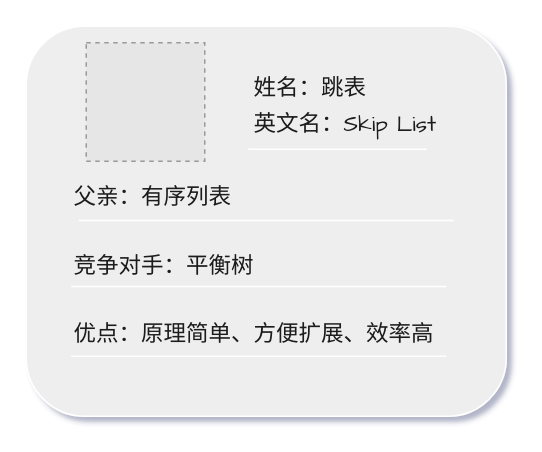
Jstarfish/picBed keeps this draw.io diagram as page "resume" (6 of 6) of draw.io/skiplist.drawio. Above is the earlier version. Source tidied: cells renumbered, new cells numbered last; positions are measured from the earlier drawing's top-left corner, leaving out a move shared by most shapes. Both pictures are drawn from the tidied source at 150%, with x=0, y=0 at pixel (26, 26). Pictures stored in the file or linked from it are replaced by grey dashed boxes.
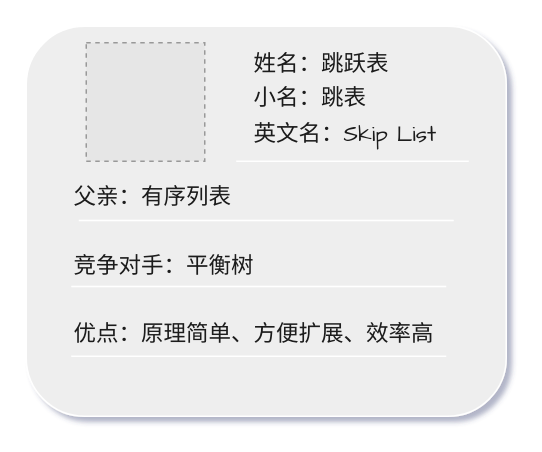
The same page after the edit.

The edit, as a diff of the source:
```diff
@@
 <mxGraphModel background="#FFFFFF" shadow="1">
   <root>
     <mxCell id="0" />
     <mxCell id="1" parent="0" />
     <mxCell id="2" style="whiteSpace=wrap;html=1;fillColor=#EEEEEE;strokeColor=#FFFFFF;fontColor=#1A1A1A;rounded=1;" parent="1" vertex="1">
       <mxGeometry width="320" height="260" as="geometry" />
     </mxCell>
-    <mxCell id="3" value="&lt;div style=&quot;font-size: 15px&quot;&gt;&lt;sup&gt;&lt;font style=&quot;font-size: 15px&quot; face=&quot;Comic Sans MS&quot;&gt;姓名：跳表&lt;/font&gt;&lt;/sup&gt;&lt;/div&gt;&lt;sup style=&quot;font-size: 15px&quot;&gt;&lt;font style=&quot;font-size: 15px&quot; face=&quot;Comic Sans MS&quot;&gt;英文名：Skip List&lt;/font&gt;&lt;/sup&gt;" style="text;html=1;strokeColor=none;fillColor=none;align=left;verticalAlign=middle;whiteSpace=wrap;fontColor=#1A1A1A;rounded=1;" parent="1" vertex="1">
-      <mxGeometry x="150" y="20" width="170" height="70" as="geometry" />
+    <mxCell id="3" value="&lt;div style=&quot;font-size: 15px&quot;&gt;&lt;sup&gt;&lt;font style=&quot;font-size: 15px&quot; face=&quot;Comic Sans MS&quot;&gt;姓名：跳跃表&lt;/font&gt;&lt;/sup&gt;&lt;/div&gt;&lt;div style=&quot;font-size: 15px&quot;&gt;&lt;sup&gt;&lt;font style=&quot;font-size: 15px&quot; face=&quot;Comic Sans MS&quot;&gt;小名：跳表&lt;/font&gt;&lt;/sup&gt;&lt;/div&gt;&lt;sup style=&quot;font-size: 15px&quot;&gt;&lt;font style=&quot;font-size: 15px&quot; face=&quot;Comic Sans MS&quot;&gt;英文名：Skip List&lt;/font&gt;&lt;/sup&gt;" style="text;html=1;strokeColor=none;fillColor=none;align=left;verticalAlign=middle;whiteSpace=wrap;fontColor=#1A1A1A;rounded=1;" parent="1" vertex="1">
+      <mxGeometry x="150" y="15.5" width="170" height="70" as="geometry" />
     </mxCell>
     <mxCell id="4" value="&lt;div style=&quot;font-size: 15px&quot;&gt;&lt;sup&gt;&lt;font style=&quot;font-size: 15px&quot;&gt;父亲：有序列表&lt;/font&gt;&lt;/sup&gt;&lt;/div&gt;&lt;sup style=&quot;font-size: 15px&quot;&gt;&lt;font style=&quot;font-size: 15px&quot;&gt;&lt;br&gt;竞争对手：平衡树&lt;br&gt;&lt;br&gt;优点：原理简单、方便扩展、效率高&lt;br&gt;&lt;/font&gt;&lt;/sup&gt;" style="text;html=1;strokeColor=none;fillColor=none;align=left;verticalAlign=middle;whiteSpace=wrap;fontColor=#1A1A1A;rounded=1;" parent="1" vertex="1">
       <mxGeometry x="30" y="120" width="250" height="81" as="geometry" />
     </mxCell>
-    <mxCell id="5" style="endArrow=none;html=1;entryX=-0.012;entryY=0.886;entryDx=0;entryDy=0;entryPerimeter=0;strokeColor=#FFFFFF;fontColor=#FFFFFF;labelBackgroundColor=#182E3E;curved=1;" parent="1" edge="1" target="3">
-      <mxGeometry relative="1" as="geometry">
-        <mxPoint x="267" y="82" as="sourcePoint" />
-      </mxGeometry>
-    </mxCell>
     <mxCell id="6" style="endArrow=none;html=1;strokeColor=#FFFFFF;fontColor=#FFFFFF;labelBackgroundColor=#182E3E;curved=1;" parent="1" edge="1" target="4">
       <mxGeometry relative="1" as="geometry">
         <mxPoint x="30" y="140" as="sourcePoint" />
       </mxGeometry>
     </mxCell>
     <mxCell id="7" style="endArrow=none;html=1;strokeColor=#FFFFFF;fontColor=#FFFFFF;labelBackgroundColor=#182E3E;curved=1;" parent="1" edge="1">
       <mxGeometry relative="1" as="geometry">
         <mxPoint x="280" y="220" as="sourcePoint" />
         <mxPoint x="30" y="220" as="targetPoint" />
         <Array as="points">
           <mxPoint x="50" y="220" />
         </Array>
       </mxGeometry>
     </mxCell>
     <mxCell id="8" style="endArrow=none;html=1;entryX=0;entryY=1;entryDx=0;entryDy=0;exitX=1;exitY=1;exitDx=0;exitDy=0;strokeColor=#FFFFFF;fontColor=#FFFFFF;labelBackgroundColor=#182E3E;curved=1;" parent="1" edge="1">
       <mxGeometry relative="1" as="geometry">
         <mxPoint x="280" y="173.5" as="sourcePoint" />
         <mxPoint x="30" y="173.5" as="targetPoint" />
       </mxGeometry>
     </mxCell>
     <mxCell id="9" style="endArrow=none;html=1;entryX=0;entryY=1;entryDx=0;entryDy=0;exitX=1;exitY=1;exitDx=0;exitDy=0;strokeColor=#FFFFFF;fontColor=#FFFFFF;labelBackgroundColor=#182E3E;curved=1;" parent="1" edge="1">
       <mxGeometry relative="1" as="geometry">
         <mxPoint x="285" y="129.5" as="sourcePoint" />
         <mxPoint x="35" y="129.5" as="targetPoint" />
       </mxGeometry>
     </mxCell>
     <mxCell id="10" style="fillColor=#E6E6E6;strokeColor=#999999;dashed=1;html=1;verticalAlign=top;verticalLabelPosition=bottom;fontColor=#1A1A1A;labelBackgroundColor=#182E3E;" parent="1" vertex="1">
       <mxGeometry x="40" y="11" width="79" height="79" as="geometry" />
     </mxCell>
+    <mxCell id="11" style="endArrow=none;html=1;exitX=1;exitY=1;exitDx=0;exitDy=0;strokeColor=#FFFFFF;fontColor=#FFFFFF;labelBackgroundColor=#182E3E;curved=1;" parent="1" edge="1">
+      <mxGeometry relative="1" as="geometry">
+        <mxPoint x="295" y="90" as="sourcePoint" />
+        <mxPoint x="140" y="90" as="targetPoint" />
+      </mxGeometry>
+    </mxCell>
   </root>
 </mxGraphModel>
```
